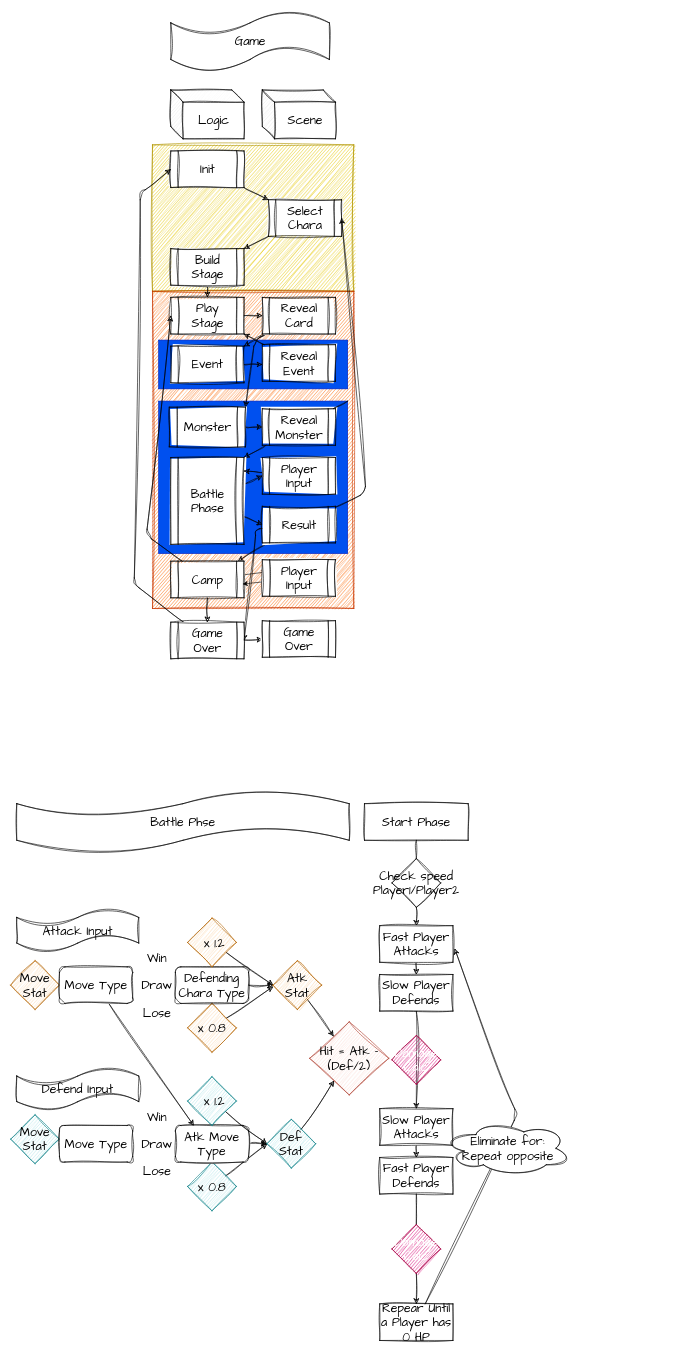
xreddr/card_world keeps this draw.io diagram as plan.drawio. Above is the earlier version. Source tidied: cells renumbered, new cells numbered last; positions are measured from the earlier drawing's top-left corner, leaving out a move shared by most shapes. Both pictures are drawn from the tidied source at 61%, with x=0, y=0 at pixel (10, 10).
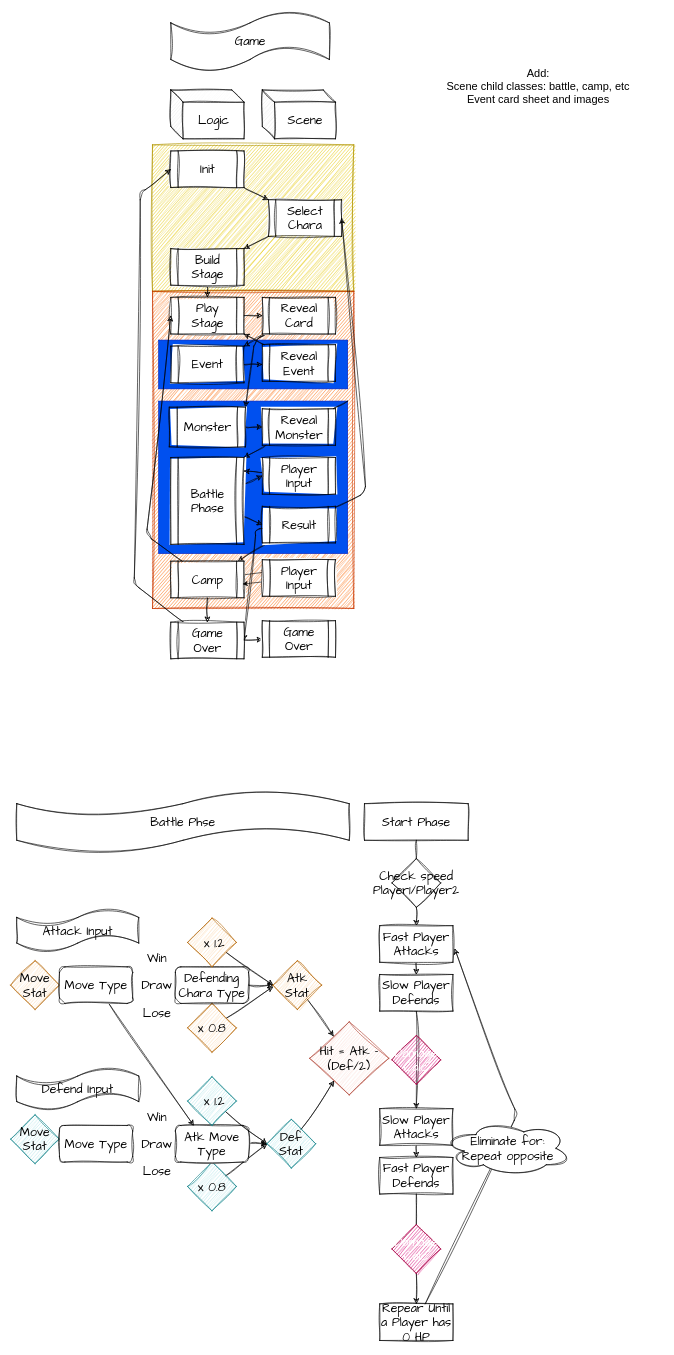
The same diagram, later.

Commit message (it also covers changes not shown here):
Started new battle phase.

The edit, as a diff of the source:
```diff
@@
+    <mxCell id="97" value="&lt;font style=&quot;font-size: 18px;&quot;&gt;Add:&lt;br&gt;Scene child classes: battle, camp, etc&lt;br&gt;Event card sheet and images&lt;br&gt;&lt;/font&gt;" style="text;html=1;strokeColor=none;fillColor=none;align=center;verticalAlign=middle;whiteSpace=wrap;rounded=0;" parent="1" vertex="1">
+      <mxGeometry x="660" y="70" width="410" height="110" as="geometry" />
+    </mxCell>
```
